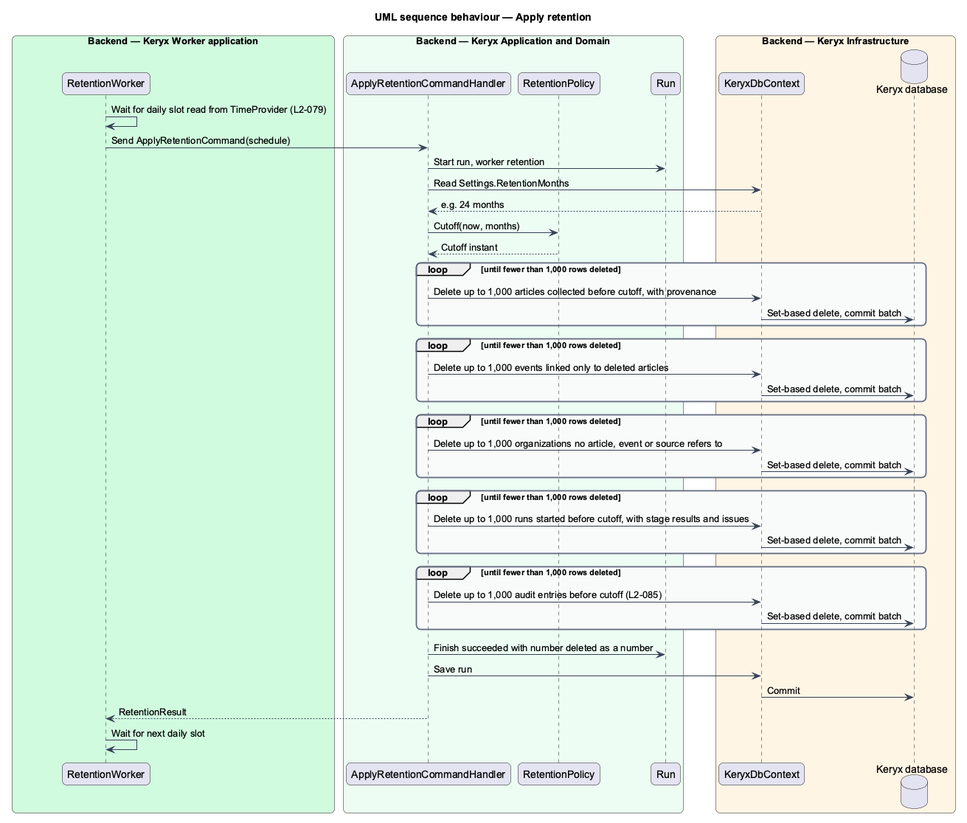
QuinntyneBrown/keryx keeps this PlantUML diagram as docs/detailed-designs/catalogue/apply-retention/diagrams/sequence-apply-retention.png. Above is the earlier version.
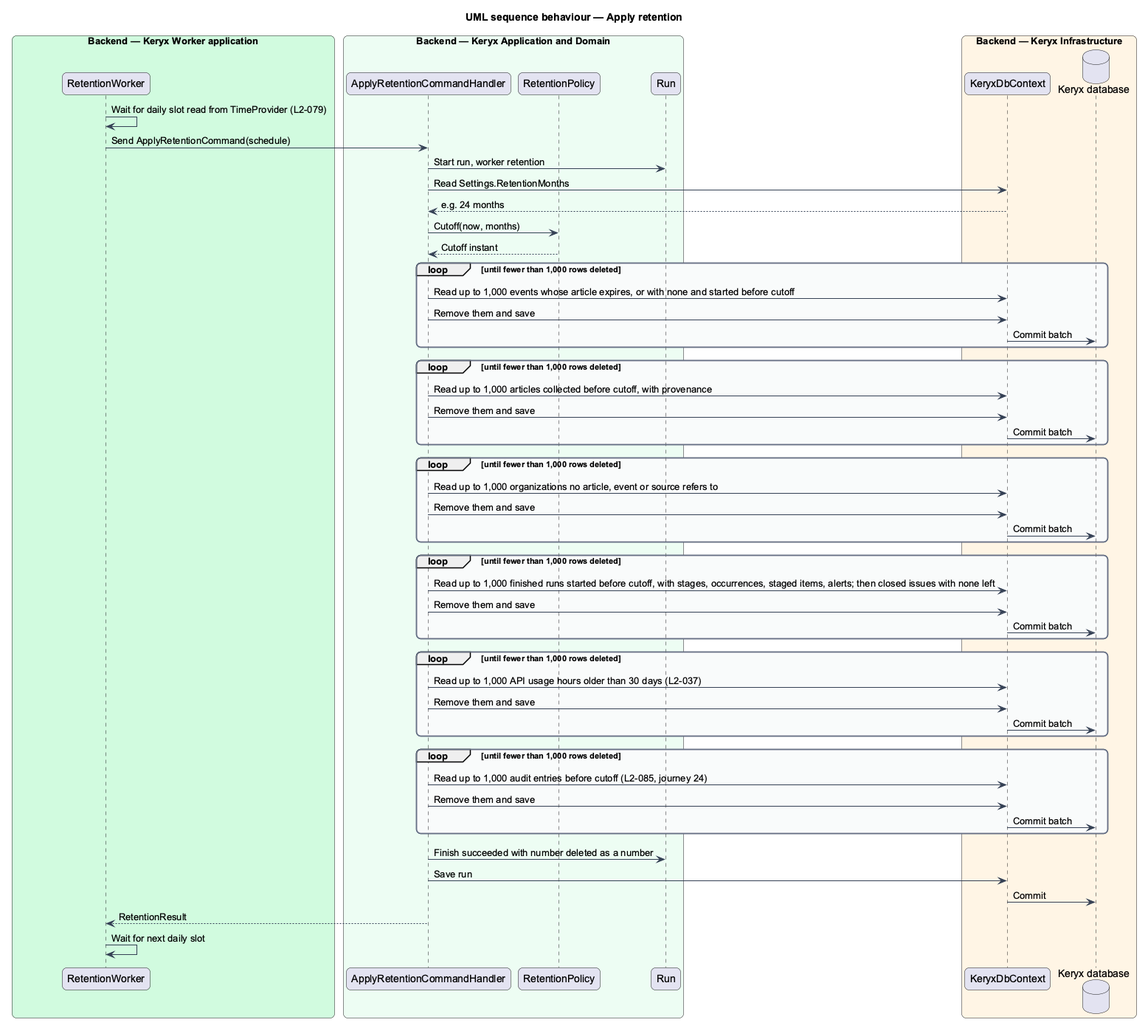
Later version of the same file.

Diff of the diagram source:
```diff
@@ -34,24 +34,34 @@
 handler -> policy : Cutoff(now, months)
 policy --> handler : Cutoff instant
 loop until fewer than 1,000 rows deleted
-  handler -> ctx : Delete up to 1,000 articles collected before cutoff, with provenance
-  ctx -> db : Set-based delete, commit batch
+  handler -> ctx : Read up to 1,000 events whose article expires, or with none and started before cutoff
+  handler -> ctx : Remove them and save
+  ctx -> db : Commit batch
 end
 loop until fewer than 1,000 rows deleted
-  handler -> ctx : Delete up to 1,000 events linked only to deleted articles
-  ctx -> db : Set-based delete, commit batch
+  handler -> ctx : Read up to 1,000 articles collected before cutoff, with provenance
+  handler -> ctx : Remove them and save
+  ctx -> db : Commit batch
 end
 loop until fewer than 1,000 rows deleted
-  handler -> ctx : Delete up to 1,000 organizations no article, event or source refers to
-  ctx -> db : Set-based delete, commit batch
+  handler -> ctx : Read up to 1,000 organizations no article, event or source refers to
+  handler -> ctx : Remove them and save
+  ctx -> db : Commit batch
 end
 loop until fewer than 1,000 rows deleted
-  handler -> ctx : Delete up to 1,000 runs started before cutoff, with stage results and issues
-  ctx -> db : Set-based delete, commit batch
+  handler -> ctx : Read up to 1,000 finished runs started before cutoff, with stages, occurrences, staged items, alerts; then closed issues with none left
+  handler -> ctx : Remove them and save
+  ctx -> db : Commit batch
 end
 loop until fewer than 1,000 rows deleted
-  handler -> ctx : Delete up to 1,000 audit entries before cutoff (L2-085)
-  ctx -> db : Set-based delete, commit batch
+  handler -> ctx : Read up to 1,000 API usage hours older than 30 days (L2-037)
+  handler -> ctx : Remove them and save
+  ctx -> db : Commit batch
+end
+loop until fewer than 1,000 rows deleted
+  handler -> ctx : Read up to 1,000 audit entries before cutoff (L2-085, journey 24)
+  handler -> ctx : Remove them and save
+  ctx -> db : Commit batch
 end
 handler -> run : Finish succeeded with number deleted as a number
 handler -> ctx : Save run
```
